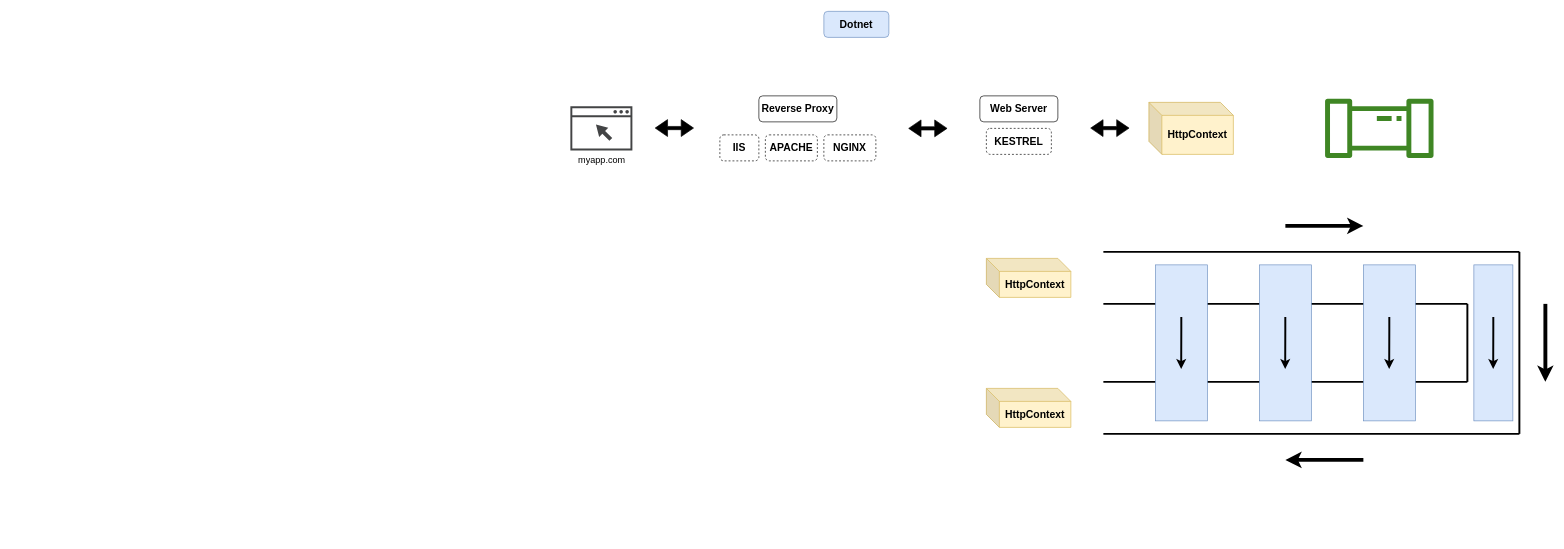
Above: page "Dotnet" (5 of 9) of SHA-256.drawio in ZaqueuCavalcante/Sha256 (draw.io), before the change. Source tidied: cells renumbered, new cells numbered last; positions are measured from the earlier drawing's top-left corner, leaving out a move shared by most shapes. Both pictures are drawn from the tidied source at 65%, with x=0, y=0 at pixel (570, 11).
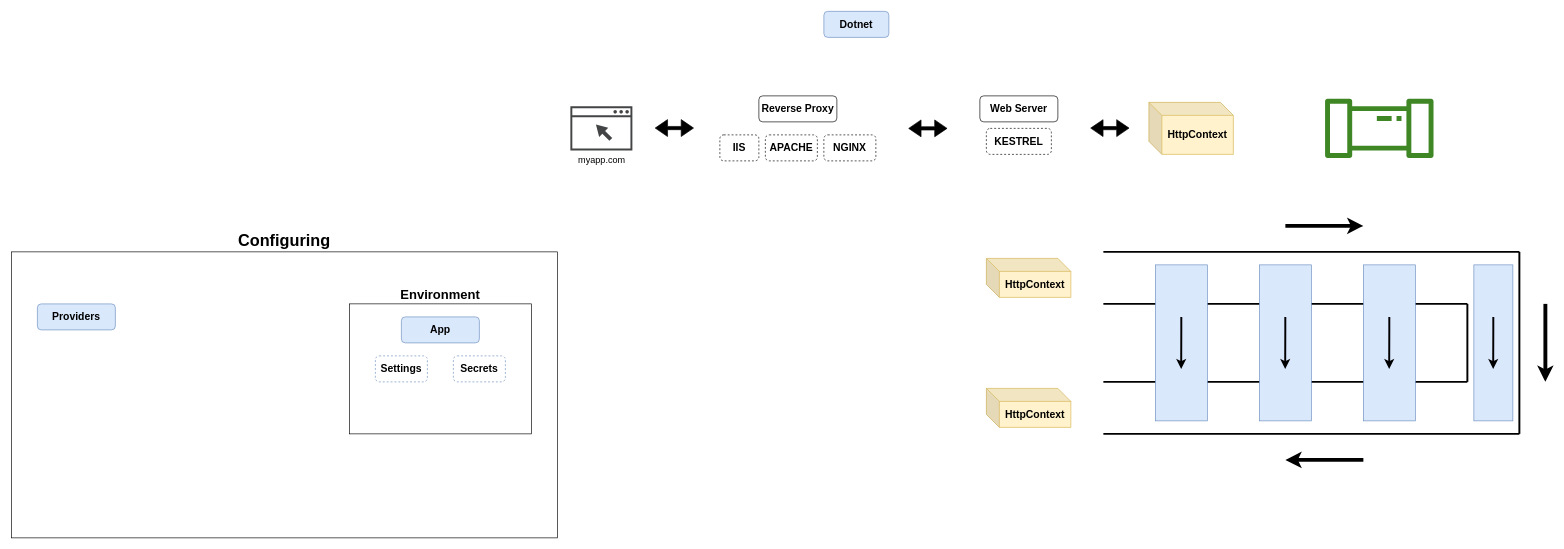
The same diagram, later.

What changed in the source:
```diff
@@
+    <mxCell id="34" value="Configuring" style="rounded=0;whiteSpace=wrap;html=1;fillColor=none;verticalAlign=bottom;fontStyle=1;fontSize=25;labelPosition=center;verticalLabelPosition=top;align=center;" parent="1" vertex="1">
+      <mxGeometry x="-860" y="370" width="840" height="440" as="geometry" />
+    </mxCell>
@@
+    <mxCell id="35" value="Providers" style="rounded=1;whiteSpace=wrap;html=1;fillColor=#dae8fc;strokeColor=#6c8ebf;fontStyle=1;fontSize=16;" parent="1" vertex="1">
+      <mxGeometry x="-820" y="450" width="120" height="40" as="geometry" />
+    </mxCell>
+    <mxCell id="36" value="Environment" style="rounded=0;whiteSpace=wrap;html=1;fillColor=none;verticalAlign=bottom;fontStyle=1;fontSize=20;labelPosition=center;verticalLabelPosition=top;align=center;" parent="1" vertex="1">
+      <mxGeometry x="-340" y="450" width="280" height="200" as="geometry" />
+    </mxCell>
+    <mxCell id="37" value="App" style="rounded=1;whiteSpace=wrap;html=1;fillColor=#dae8fc;strokeColor=#6c8ebf;fontStyle=1;fontSize=16;" parent="1" vertex="1">
+      <mxGeometry x="-260" y="470" width="120" height="40" as="geometry" />
+    </mxCell>
+    <mxCell id="38" value="Settings" style="rounded=1;whiteSpace=wrap;html=1;fillColor=none;strokeColor=#6c8ebf;fontStyle=1;fontSize=16;dashed=1;" parent="1" vertex="1">
+      <mxGeometry x="-300" y="530" width="80" height="40" as="geometry" />
+    </mxCell>
+    <mxCell id="39" value="Secrets" style="rounded=1;whiteSpace=wrap;html=1;fillColor=none;strokeColor=#6c8ebf;fontStyle=1;fontSize=16;dashed=1;" parent="1" vertex="1">
+      <mxGeometry x="-180" y="530" width="80" height="40" as="geometry" />
+    </mxCell>
```
